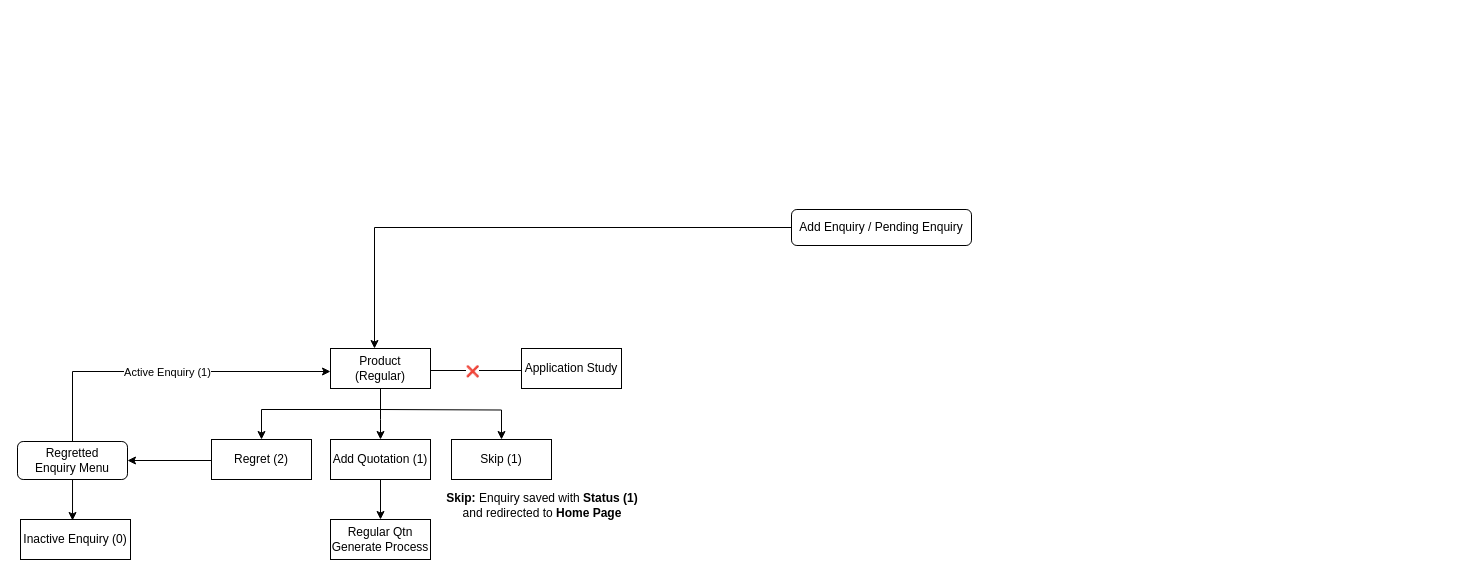
Before: page "Add Enquiry / Pending Enquiry" (9 of 9) of ERP_FLOW.drawio in Sathyapriya30/MERN_CRUD_BACKEND, a draw.io diagram. Source tidied: cells renumbered, new cells numbered last; positions are measured from the earlier drawing's top-left corner, leaving out a move shared by most shapes. Both pictures are drawn from the tidied source at 100%, with x=0, y=0 at pixel (17, 209).
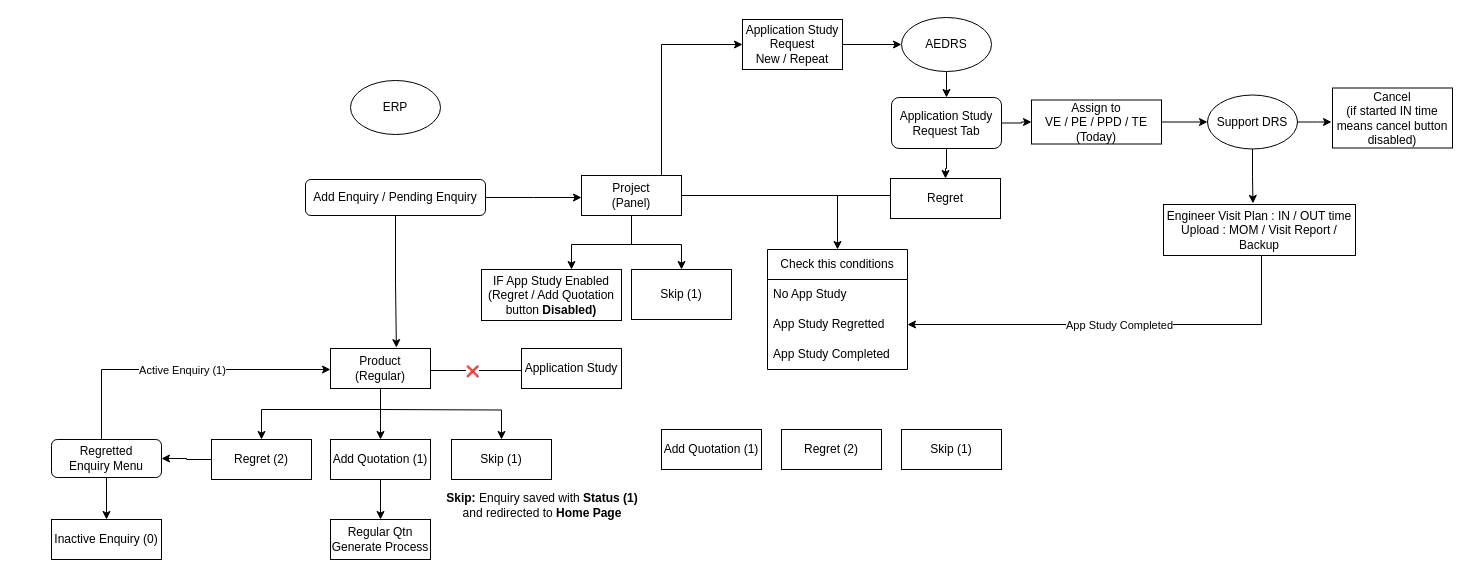
The same diagram, later.

Unchanged cells that the change refers to:
```xml
<mxCell id="6" value="Product&lt;br&gt;(Regular)" style="rounded=0;whiteSpace=wrap;html=1;" parent="1" vertex="1">
  <mxGeometry x="313" y="139" width="100" height="40" as="geometry" />
</mxCell>
<mxCell id="19" value="Regret (2)" style="rounded=0;whiteSpace=wrap;html=1;" parent="1" vertex="1">
  <mxGeometry x="194" y="230" width="100" height="40" as="geometry" />
</mxCell>
```

The edit, as a diff of the source:
```diff
@@
+    <mxCell id="23" style="edgeStyle=orthogonalEdgeStyle;rounded=0;jettySize=auto;html=1;" parent="1" edge="1" source="2">
+      <mxGeometry relative="1" as="geometry">
+        <mxPoint x="564" y="-12" as="targetPoint" />
+      </mxGeometry>
+    </mxCell>
     <mxCell id="2" value="Add Enquiry / Pending Enquiry" style="rounded=1;whiteSpace=wrap;html=1;" parent="1" vertex="1">
-      <mxGeometry x="774" width="180" height="36" as="geometry" />
+      <mxGeometry x="288" y="-30" width="180" height="36" as="geometry" />
     </mxCell>
@@
     <mxCell id="9" value="Inactive Enquiry (0)" style="rounded=0;whiteSpace=wrap;html=1;" parent="1" vertex="1">
-      <mxGeometry x="3" y="310" width="110" height="40" as="geometry" />
+      <mxGeometry x="34" y="310" width="110" height="40" as="geometry" />
     </mxCell>
-    <mxCell id="10" style="edgeStyle=orthogonalEdgeStyle;rounded=0;jettySize=auto;html=1;entryX=0.473;entryY=0.025;entryDx=0;entryDy=0;entryPerimeter=0;" parent="1" edge="1" source="11" target="9">
+    <mxCell id="10" style="edgeStyle=orthogonalEdgeStyle;rounded=0;jettySize=auto;html=1;entryX=0.5;entryY=0;entryDx=0;entryDy=0;" parent="1" edge="1" source="11" target="9">
       <mxGeometry relative="1" as="geometry" />
     </mxCell>
     <mxCell id="11" value="Regretted Enquiry&amp;nbsp;Menu" style="rounded=1;whiteSpace=wrap;html=1;" parent="1" vertex="1">
-      <mxGeometry y="232" width="110" height="38" as="geometry" />
+      <mxGeometry x="34" y="230" width="110" height="38" as="geometry" />
     </mxCell>
@@
-    <mxCell id="13" style="edgeStyle=orthogonalEdgeStyle;rounded=0;jettySize=auto;html=1;entryX=0.44;entryY=0;entryDx=0;entryDy=0;entryPerimeter=0;" parent="1" edge="1" source="2" target="6">
-      <mxGeometry relative="1" as="geometry" />
-    </mxCell>
@@
-    <mxCell id="16" style="endArrow=classic;html=1;rounded=0;exitX=0.5;exitY=0;exitDx=0;exitDy=0;" parent="1" edge="1" source="11">
+    <mxCell id="16" style="endArrow=classic;html=1;rounded=0;" parent="1" edge="1">
       <mxGeometry relative="1" as="geometry">
-        <mxPoint x="313" y="162" as="targetPoint" />
+        <mxPoint x="84" y="230" as="sourcePoint" />
+        <mxPoint x="313" y="160" as="targetPoint" />
         <Array as="points">
-          <mxPoint x="55" y="162" />
+          <mxPoint x="84" y="160" />
         </Array>
       </mxGeometry>
     </mxCell>
@@
-    <mxCell id="18" style="edgeStyle=orthogonalEdgeStyle;rounded=0;orthogonalLoop=1;jettySize=auto;html=1;entryX=1;entryY=0.5;entryDx=0;entryDy=0;" parent="1" edge="1">
-      <mxGeometry relative="1" as="geometry">
-        <mxPoint x="194" y="251" as="sourcePoint" />
-        <mxPoint x="110" y="251" as="targetPoint" />
-        <Array as="points">
-          <mxPoint x="194" y="251" />
-          <mxPoint x="194" y="251" />
-        </Array>
-      </mxGeometry>
-    </mxCell>
+    <mxCell id="24" style="edgeStyle=orthogonalEdgeStyle;rounded=0;jettySize=auto;html=1;entryX=1;entryY=0.5;entryDx=0;entryDy=0;" parent="1" edge="1" source="19" target="11">
+      <mxGeometry relative="1" as="geometry" />
+    </mxCell>
@@
+    <mxCell id="25" style="edgeStyle=orthogonalEdgeStyle;rounded=0;jettySize=auto;html=1;" parent="1" edge="1" source="29" target="47">
+      <mxGeometry relative="1" as="geometry">
+        <Array as="points">
+          <mxPoint x="614" y="35" />
+          <mxPoint x="554" y="35" />
+        </Array>
+      </mxGeometry>
+    </mxCell>
+    <mxCell id="26" style="edgeStyle=orthogonalEdgeStyle;rounded=0;jettySize=auto;html=1;entryX=0.5;entryY=0;entryDx=0;entryDy=0;" parent="1" edge="1" source="29" target="52">
+      <mxGeometry relative="1" as="geometry">
+        <Array as="points">
+          <mxPoint x="614" y="35" />
+          <mxPoint x="664" y="35" />
+        </Array>
+      </mxGeometry>
+    </mxCell>
+    <mxCell id="27" style="edgeStyle=orthogonalEdgeStyle;rounded=0;jettySize=auto;html=1;entryX=0;entryY=0.5;entryDx=0;entryDy=0;" parent="1" edge="1" source="29" target="34">
+      <mxGeometry relative="1" as="geometry">
+        <Array as="points">
+          <mxPoint x="644" y="-165" />
+        </Array>
+      </mxGeometry>
+    </mxCell>
+    <mxCell id="28" style="edgeStyle=orthogonalEdgeStyle;rounded=0;jettySize=auto;html=1;entryX=0.5;entryY=0;entryDx=0;entryDy=0;" parent="1" edge="1" source="29" target="48">
+      <mxGeometry relative="1" as="geometry" />
+    </mxCell>
+    <mxCell id="29" value="Project&lt;br&gt;(Panel)" style="rounded=0;whiteSpace=wrap;html=1;" parent="1" vertex="1">
+      <mxGeometry x="564" y="-34" width="100" height="40" as="geometry" />
+    </mxCell>
+    <mxCell id="30" value="Skip (1)" style="rounded=0;whiteSpace=wrap;html=1;" parent="1" vertex="1">
+      <mxGeometry x="884" y="220" width="100" height="40" as="geometry" />
+    </mxCell>
+    <mxCell id="31" value="Add Quotation (1)" style="rounded=0;whiteSpace=wrap;html=1;" parent="1" vertex="1">
+      <mxGeometry x="644" y="220" width="100" height="40" as="geometry" />
+    </mxCell>
+    <mxCell id="32" value="Regret (2)" style="rounded=0;whiteSpace=wrap;html=1;" parent="1" vertex="1">
+      <mxGeometry x="764" y="220" width="100" height="40" as="geometry" />
+    </mxCell>
+    <mxCell id="33" style="edgeStyle=orthogonalEdgeStyle;rounded=0;jettySize=auto;html=1;entryX=0;entryY=0.5;entryDx=0;entryDy=0;" parent="1" edge="1" source="34" target="41">
+      <mxGeometry relative="1" as="geometry" />
+    </mxCell>
+    <mxCell id="34" value="Application Study Request&lt;br&gt;New / Repeat" style="rounded=0;whiteSpace=wrap;html=1;" parent="1" vertex="1">
+      <mxGeometry x="725" y="-190" width="100" height="50" as="geometry" />
+    </mxCell>
+    <mxCell id="35" style="edgeStyle=orthogonalEdgeStyle;rounded=0;jettySize=auto;html=1;entryX=0.5;entryY=0;entryDx=0;entryDy=0;" parent="1" edge="1" source="37" target="54">
+      <mxGeometry relative="1" as="geometry" />
+    </mxCell>
+    <mxCell id="36" style="edgeStyle=orthogonalEdgeStyle;rounded=0;jettySize=auto;html=1;entryX=0;entryY=0.5;entryDx=0;entryDy=0;" parent="1" edge="1" source="37" target="39">
+      <mxGeometry relative="1" as="geometry" />
+    </mxCell>
+    <mxCell id="37" value="Application Study Request Tab" style="rounded=1;whiteSpace=wrap;html=1;" parent="1" vertex="1">
+      <mxGeometry x="874" y="-112" width="110" height="51" as="geometry" />
+    </mxCell>
+    <mxCell id="38" style="edgeStyle=orthogonalEdgeStyle;rounded=0;jettySize=auto;html=1;entryX=0;entryY=0.5;entryDx=0;entryDy=0;" parent="1" edge="1" source="39" target="44">
+      <mxGeometry relative="1" as="geometry" />
+    </mxCell>
+    <mxCell id="39" value="Assign to&lt;br&gt;VE / PE / PPD / TE&lt;br&gt;(Today)" style="rounded=0;whiteSpace=wrap;html=1;" parent="1" vertex="1">
+      <mxGeometry x="1014" y="-109.5" width="130" height="44" as="geometry" />
+    </mxCell>
+    <mxCell id="13" style="edgeStyle=orthogonalEdgeStyle;rounded=0;jettySize=auto;html=1;entryX=0.659;entryY=-0.022;entryDx=0;entryDy=0;entryPerimeter=0;" parent="1" edge="1" source="2" target="6">
+      <mxGeometry relative="1" as="geometry" />
+    </mxCell>
+    <mxCell id="40" style="edgeStyle=orthogonalEdgeStyle;rounded=0;jettySize=auto;html=1;entryX=0.5;entryY=0;entryDx=0;entryDy=0;" parent="1" edge="1" source="41" target="37">
+      <mxGeometry relative="1" as="geometry" />
+    </mxCell>
+    <mxCell id="41" value="AEDRS" style="ellipse;whiteSpace=wrap;html=1;" parent="1" vertex="1">
+      <mxGeometry x="884" y="-192" width="90" height="54" as="geometry" />
+    </mxCell>
+    <mxCell id="42" value="ERP" style="ellipse;whiteSpace=wrap;html=1;" parent="1" vertex="1">
+      <mxGeometry x="333" y="-129" width="90" height="54" as="geometry" />
+    </mxCell>
+    <mxCell id="43" style="edgeStyle=orthogonalEdgeStyle;rounded=0;jettySize=auto;html=1;" parent="1" edge="1" source="44">
+      <mxGeometry relative="1" as="geometry">
+        <mxPoint x="1314" y="-87.5" as="targetPoint" />
+      </mxGeometry>
+    </mxCell>
+    <mxCell id="44" value="Support&amp;nbsp;DRS" style="ellipse;whiteSpace=wrap;html=1;" parent="1" vertex="1">
+      <mxGeometry x="1190" y="-114.5" width="90" height="54" as="geometry" />
+    </mxCell>
+    <mxCell id="45" value="Cancel&lt;br&gt;(if started IN time means cancel button disabled)" style="whiteSpace=wrap;html=1;" parent="1" vertex="1">
+      <mxGeometry x="1315" y="-121.5" width="120" height="60" as="geometry" />
+    </mxCell>
+    <mxCell id="46" value="Engineer Visit Plan : IN / OUT time&lt;br&gt;Upload : MOM / Visit Report / Backup" style="whiteSpace=wrap;html=1;" parent="1" vertex="1">
+      <mxGeometry x="1146" y="-5" width="192" height="51" as="geometry" />
+    </mxCell>
+    <mxCell id="47" value="IF App Study Enabled&lt;br&gt;(Regret / Add Quotation button &lt;b&gt;Disabled)&lt;/b&gt;" style="rounded=0;whiteSpace=wrap;html=1;" parent="1" vertex="1">
+      <mxGeometry x="464" y="60" width="140" height="51" as="geometry" />
+    </mxCell>
+    <mxCell id="48" value="Check this conditions" style="swimlane;fontStyle=0;horizontal=1;startSize=30;whiteSpace=wrap;html=1;" parent="1" vertex="1">
+      <mxGeometry x="750" y="40" width="140" height="120" as="geometry" />
+    </mxCell>
+    <mxCell id="49" value="No App Study&amp;nbsp;" style="text;strokeColor=none;fillColor=none;align=left;verticalAlign=middle;spacingLeft=4;spacingRight=4;overflow=hidden;whiteSpace=wrap;html=1;" parent="48" vertex="1">
+      <mxGeometry y="30" width="140" height="30" as="geometry" />
+    </mxCell>
+    <mxCell id="50" value="App Study Regretted" style="text;strokeColor=none;fillColor=none;align=left;verticalAlign=middle;spacingLeft=4;spacingRight=4;overflow=hidden;points=[[0,0.5],[1,0.5]];portConstraint=eastwest;whiteSpace=wrap;html=1;" parent="48" vertex="1">
+      <mxGeometry y="60" width="140" height="30" as="geometry" />
+    </mxCell>
+    <mxCell id="51" value="App Study Completed" style="text;strokeColor=none;fillColor=none;align=left;verticalAlign=middle;spacingLeft=4;spacingRight=4;overflow=hidden;whiteSpace=wrap;html=1;" parent="48" vertex="1">
+      <mxGeometry y="90" width="140" height="30" as="geometry" />
+    </mxCell>
+    <mxCell id="52" value="Skip (1)" style="rounded=0;whiteSpace=wrap;html=1;" parent="1" vertex="1">
+      <mxGeometry x="614" y="60" width="100" height="50" as="geometry" />
+    </mxCell>
+    <mxCell id="53" style="edgeStyle=orthogonalEdgeStyle;rounded=0;orthogonalLoop=1;jettySize=auto;html=1;endArrow=none;endFill=0;" parent="1" edge="1">
+      <mxGeometry relative="1" as="geometry">
+        <mxPoint x="873" y="-14" as="sourcePoint" />
+        <mxPoint x="814" y="-14" as="targetPoint" />
+      </mxGeometry>
+    </mxCell>
+    <mxCell id="54" value="Regret" style="rounded=0;whiteSpace=wrap;html=1;" parent="1" vertex="1">
+      <mxGeometry x="873" y="-31" width="110" height="40" as="geometry" />
+    </mxCell>
+    <mxCell id="55" style="edgeStyle=orthogonalEdgeStyle;rounded=0;jettySize=auto;html=1;entryX=0.466;entryY=-0.022;entryDx=0;entryDy=0;entryPerimeter=0;" parent="1" edge="1" source="44" target="46">
+      <mxGeometry relative="1" as="geometry" />
+    </mxCell>
+    <mxCell id="56" style="endArrow=classic;html=1;rounded=0;entryX=1;entryY=0.5;entryDx=0;entryDy=0;" parent="1" edge="1" target="50">
+      <mxGeometry relative="1" as="geometry">
+        <mxPoint x="1244" y="46" as="sourcePoint" />
+        <Array as="points">
+          <mxPoint x="1244" y="115" />
+        </Array>
+      </mxGeometry>
+    </mxCell>
+    <mxCell id="57" value="App Study Completed" style="edgeLabel;html=1;align=center;verticalAlign=middle;" parent="56" vertex="1">
+      <mxGeometry relative="1" as="geometry" />
+    </mxCell>
```
